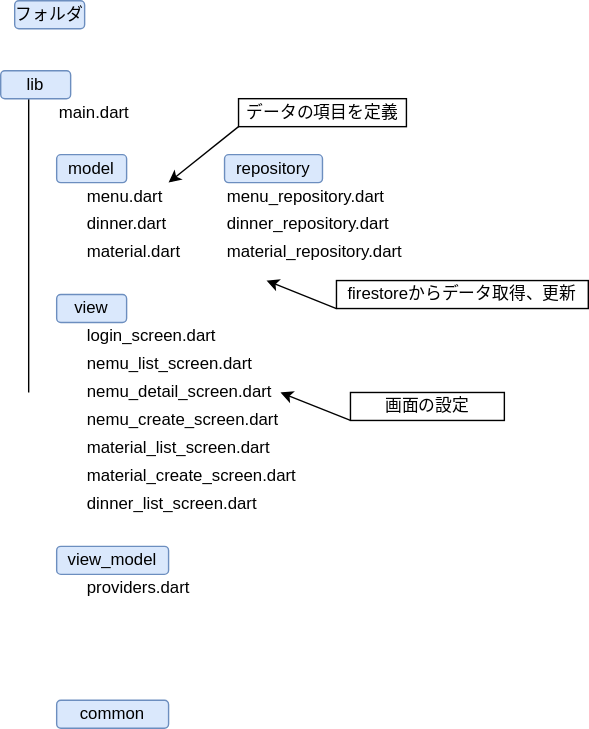
maki1125/menu keeps this draw.io diagram as フォルダ構成.drawio.svg. Above is the earlier version. Source tidied: cells renumbered, new cells last; positions are measured from the earlier drawing's top-left corner, leaving out a move shared by most shapes.
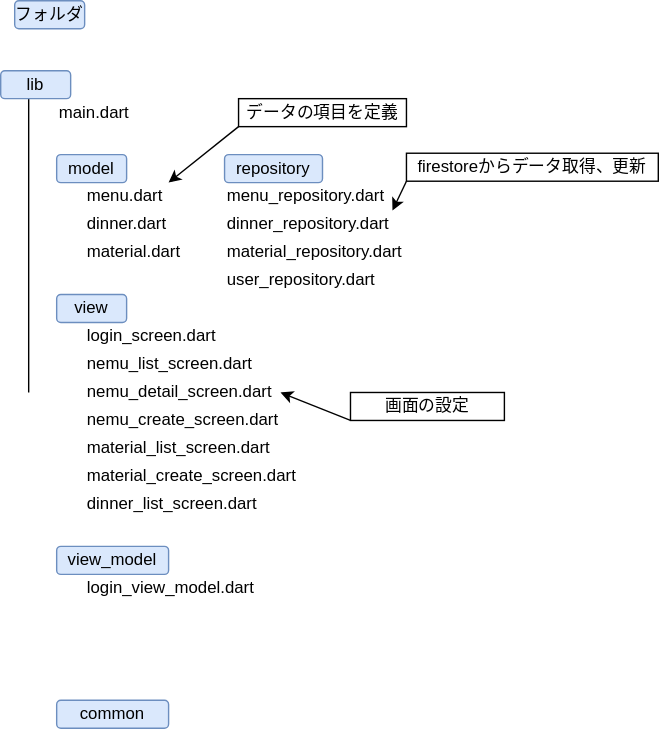
Later version of the same file.

Commit message:
フォルダ構成.drawio.svg を更新します

The edit, as a diff of the source:
```diff
@@ -56,7 +56,7 @@
     <mxCell id="18" value="dinner_list_screen.dart" style="text;html=1;align=left;verticalAlign=middle;whiteSpace=wrap;rounded=0;" parent="1" vertex="1">
       <mxGeometry x="60" y="350" width="160" height="20" as="geometry" />
     </mxCell>
-    <mxCell id="19" value="providers.dart" style="text;html=1;align=left;verticalAlign=middle;whiteSpace=wrap;rounded=0;" parent="1" vertex="1">
+    <mxCell id="19" value="login_view_model.dart" style="text;html=1;align=left;verticalAlign=middle;whiteSpace=wrap;rounded=0;" parent="1" vertex="1">
       <mxGeometry x="60" y="410" width="160" height="20" as="geometry" />
     </mxCell>
     <mxCell id="20" value="menu_repository.dart" style="text;html=1;align=left;verticalAlign=middle;whiteSpace=wrap;rounded=0;" parent="1" vertex="1">
@@ -77,13 +77,11 @@
     <mxCell id="25" value="データの項目を定義" style="rounded=0;whiteSpace=wrap;html=1;" parent="1" vertex="1">
       <mxGeometry x="170" y="70" width="120" height="20" as="geometry" />
     </mxCell>
-    <mxCell id="26" style="rounded=0;jettySize=auto;html=1;exitX=0;exitY=1;exitDx=0;exitDy=0;" parent="1" edge="1" source="27">
-      <mxGeometry relative="1" as="geometry">
-        <mxPoint x="190" y="200" as="targetPoint" />
-      </mxGeometry>
+    <mxCell id="26" style="rounded=0;jettySize=auto;html=1;exitX=0;exitY=1;exitDx=0;exitDy=0;entryX=0.75;entryY=0;entryDx=0;entryDy=0;" parent="1" edge="1" source="27" target="21">
+      <mxGeometry relative="1" as="geometry" />
     </mxCell>
     <mxCell id="27" value="firestoreからデータ取得、更新" style="rounded=0;whiteSpace=wrap;html=1;" parent="1" vertex="1">
-      <mxGeometry x="240" y="200" width="180" height="20" as="geometry" />
+      <mxGeometry x="290" y="109" width="180" height="20" as="geometry" />
     </mxCell>
     <mxCell id="28" style="rounded=0;jettySize=auto;html=1;exitX=0;exitY=1;exitDx=0;exitDy=0;" parent="1" edge="1" source="29">
       <mxGeometry relative="1" as="geometry">
@@ -96,5 +94,8 @@
     <mxCell id="30" value="repository" style="rounded=1;whiteSpace=wrap;html=1;fillColor=#dae8fc;strokeColor=#6c8ebf;" parent="1" vertex="1">
       <mxGeometry x="160" y="110" width="70" height="20" as="geometry" />
     </mxCell>
+    <mxCell id="31" value="user_repository.dart" style="text;html=1;align=left;verticalAlign=middle;whiteSpace=wrap;rounded=0;" parent="1" vertex="1">
+      <mxGeometry x="160" y="190" width="124" height="19" as="geometry" />
+    </mxCell>
   </root>
 </mxGraphModel>
```
